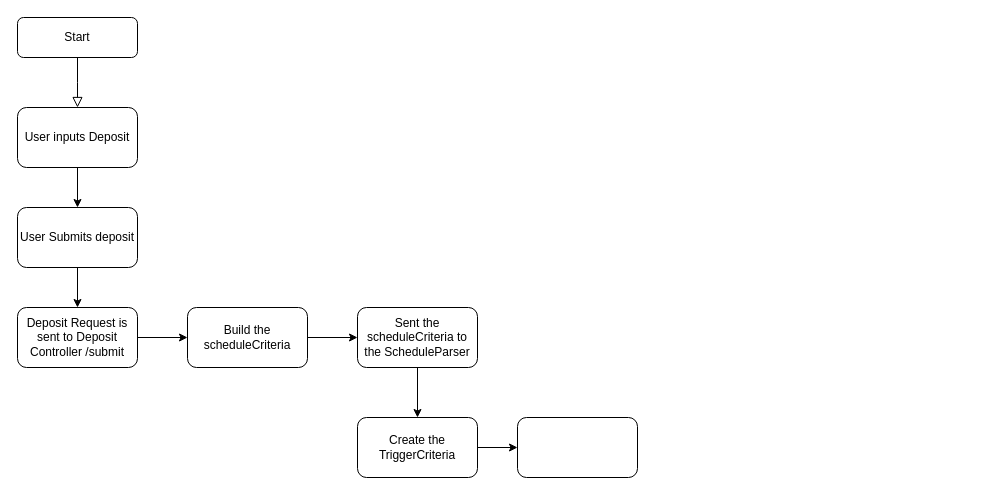
Earlier version of the draw.io diagram AeroBankApp/DepositProcess.drawio (AKing982/AeroBankApp). Source tidied: cells renumbered, new cells numbered last; positions are measured from the earlier drawing's top-left corner, leaving out a move shared by most shapes. Both pictures are drawn from the tidied source at 100%, with x=0, y=0 at pixel (17, 17).
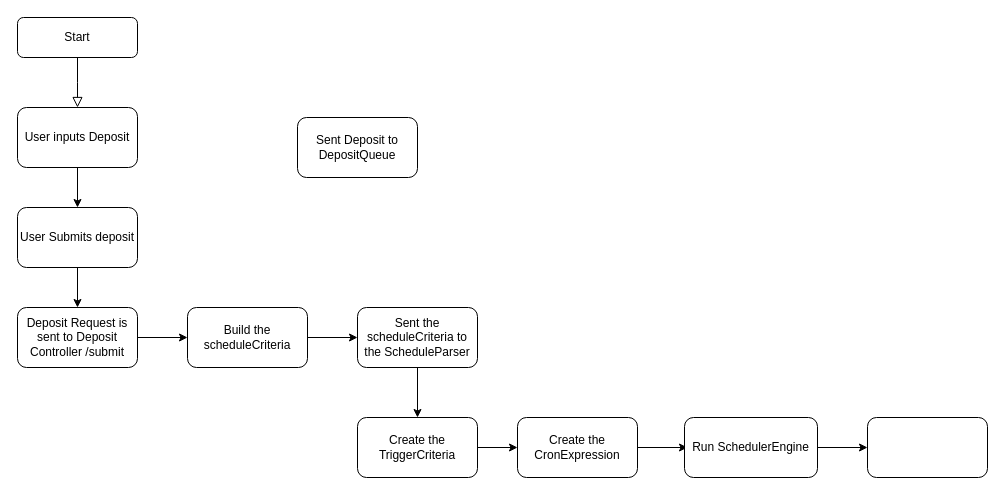
Above is the later version.

What changed in the source:
```diff
@@
-    <mxCell id="16" style="rounded=1;whiteSpace=wrap;html=1;" parent="1" vertex="1">
+    <mxCell id="16" value="Create the CronExpression" style="rounded=1;whiteSpace=wrap;html=1;" parent="1" vertex="1">
       <mxGeometry x="500" y="400" width="120" height="60" as="geometry" />
     </mxCell>
+    <mxCell id="17" style="endArrow=classic;html=1;rounded=0;exitX=1;exitY=0.5;exitDx=0;exitDy=0;" parent="1" edge="1" source="16">
+      <mxGeometry relative="1" as="geometry">
+        <mxPoint x="670" y="430" as="targetPoint" />
+      </mxGeometry>
+    </mxCell>
+    <mxCell id="18" value="Run SchedulerEngine" style="rounded=1;whiteSpace=wrap;html=1;" parent="1" vertex="1">
+      <mxGeometry x="667" y="400" width="133" height="60" as="geometry" />
+    </mxCell>
+    <mxCell id="19" style="endArrow=classic;html=1;rounded=0;exitX=1;exitY=0.5;exitDx=0;exitDy=0;" parent="1" edge="1" source="18">
+      <mxGeometry relative="1" as="geometry">
+        <mxPoint x="850" y="430" as="targetPoint" />
+      </mxGeometry>
+    </mxCell>
+    <mxCell id="20" style="rounded=1;whiteSpace=wrap;html=1;" parent="1" vertex="1">
+      <mxGeometry x="850" y="400" width="120" height="60" as="geometry" />
+    </mxCell>
+    <mxCell id="21" value="Sent Deposit to DepositQueue" style="rounded=1;whiteSpace=wrap;html=1;" parent="1" vertex="1">
+      <mxGeometry x="280" y="100" width="120" height="60" as="geometry" />
+    </mxCell>
```
